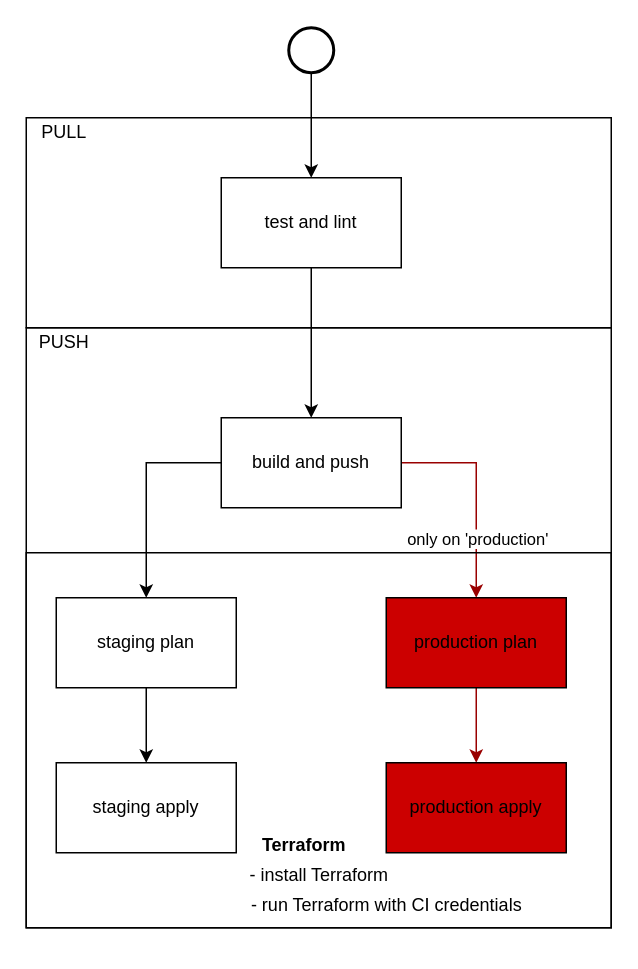
Before: docs/ci.drawio in roylee0704/recipe-app-api-devops-starting-code, a draw.io diagram. Source tidied: cells renumbered, new cells numbered last; positions are measured from the earlier drawing's top-left corner, leaving out a move shared by most shapes. Both pictures are drawn from the tidied source at 150%, with x=0, y=0 at pixel (26, 27).
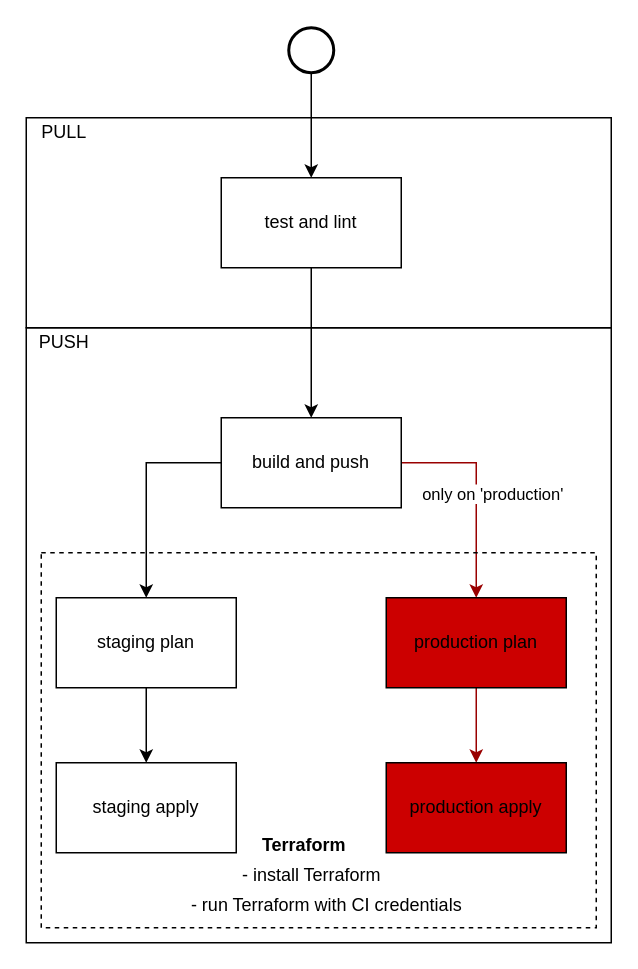
The same page after the edit.

The change refers to these unchanged cells:
```xml
<mxCell id="7" style="edgeStyle=orthogonalEdgeStyle;rounded=0;jettySize=auto;html=1;exitX=1;exitY=0.5;exitDx=0;exitDy=0;fillColor=#CC0000;strokeColor=#990000;" parent="1" edge="1" source="9" target="18">
  <mxGeometry relative="1" as="geometry" />
</mxCell>
```

Change to the diagram source:
```diff
@@
     <mxCell id="2" style="rounded=0;whiteSpace=wrap;html=1;" parent="1" vertex="1">
-      <mxGeometry y="200" width="390" height="400" as="geometry" />
+      <mxGeometry y="200" width="390" height="410" as="geometry" />
     </mxCell>
@@
     <mxCell id="8" value="only on 'production'" style="edgeLabel;html=1;align=center;verticalAlign=middle;" parent="7" vertex="1">
       <mxGeometry x="-0.29" y="-17" relative="1" as="geometry">
-        <mxPoint x="17" y="50" as="offset" />
+        <mxPoint x="27" y="20" as="offset" />
       </mxGeometry>
     </mxCell>
@@
-    <mxCell id="20" style="fillColor=none;" parent="1" vertex="1">
-      <mxGeometry y="350" width="390" height="250" as="geometry" />
+    <mxCell id="20" style="fillColor=none;dashed=1;" parent="1" vertex="1">
+      <mxGeometry x="10" y="350" width="370" height="250" as="geometry" />
     </mxCell>
@@
     <mxCell id="22" value="- install Terraform" style="text;html=1;align=center;verticalAlign=middle;" parent="1" vertex="1">
-      <mxGeometry x="140" y="555" width="110" height="20" as="geometry" />
+      <mxGeometry x="135" y="555" width="110" height="20" as="geometry" />
     </mxCell>
     <mxCell id="23" value="- run Terraform with CI credentials" style="text;html=1;align=center;verticalAlign=middle;" parent="1" vertex="1">
-      <mxGeometry x="140" y="575" width="200" height="20" as="geometry" />
+      <mxGeometry x="100" y="575" width="200" height="20" as="geometry" />
     </mxCell>
```
